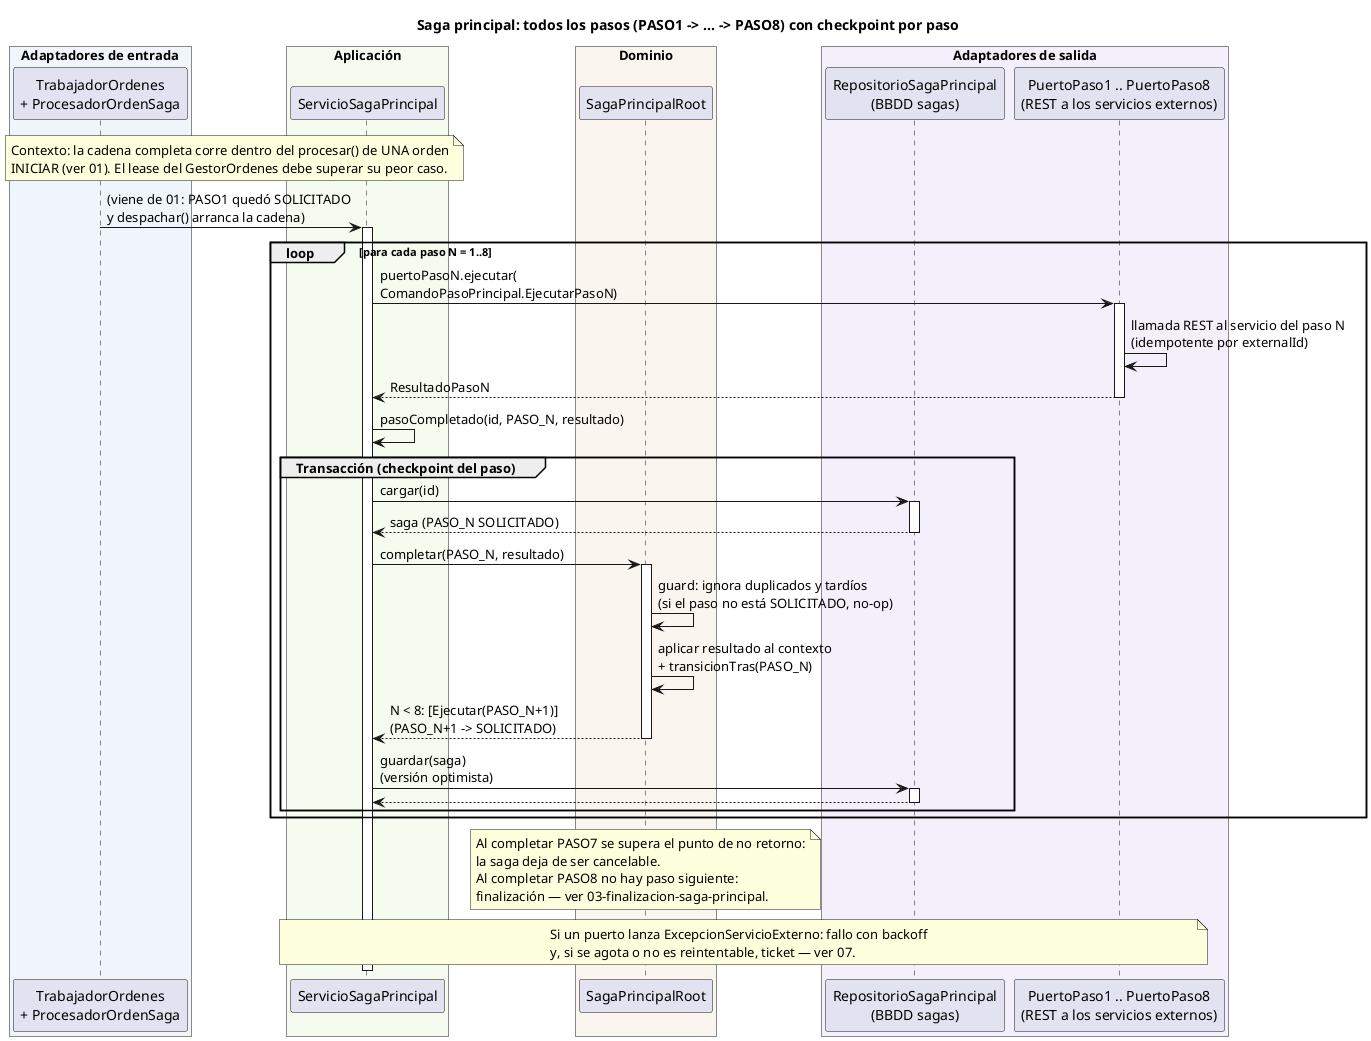
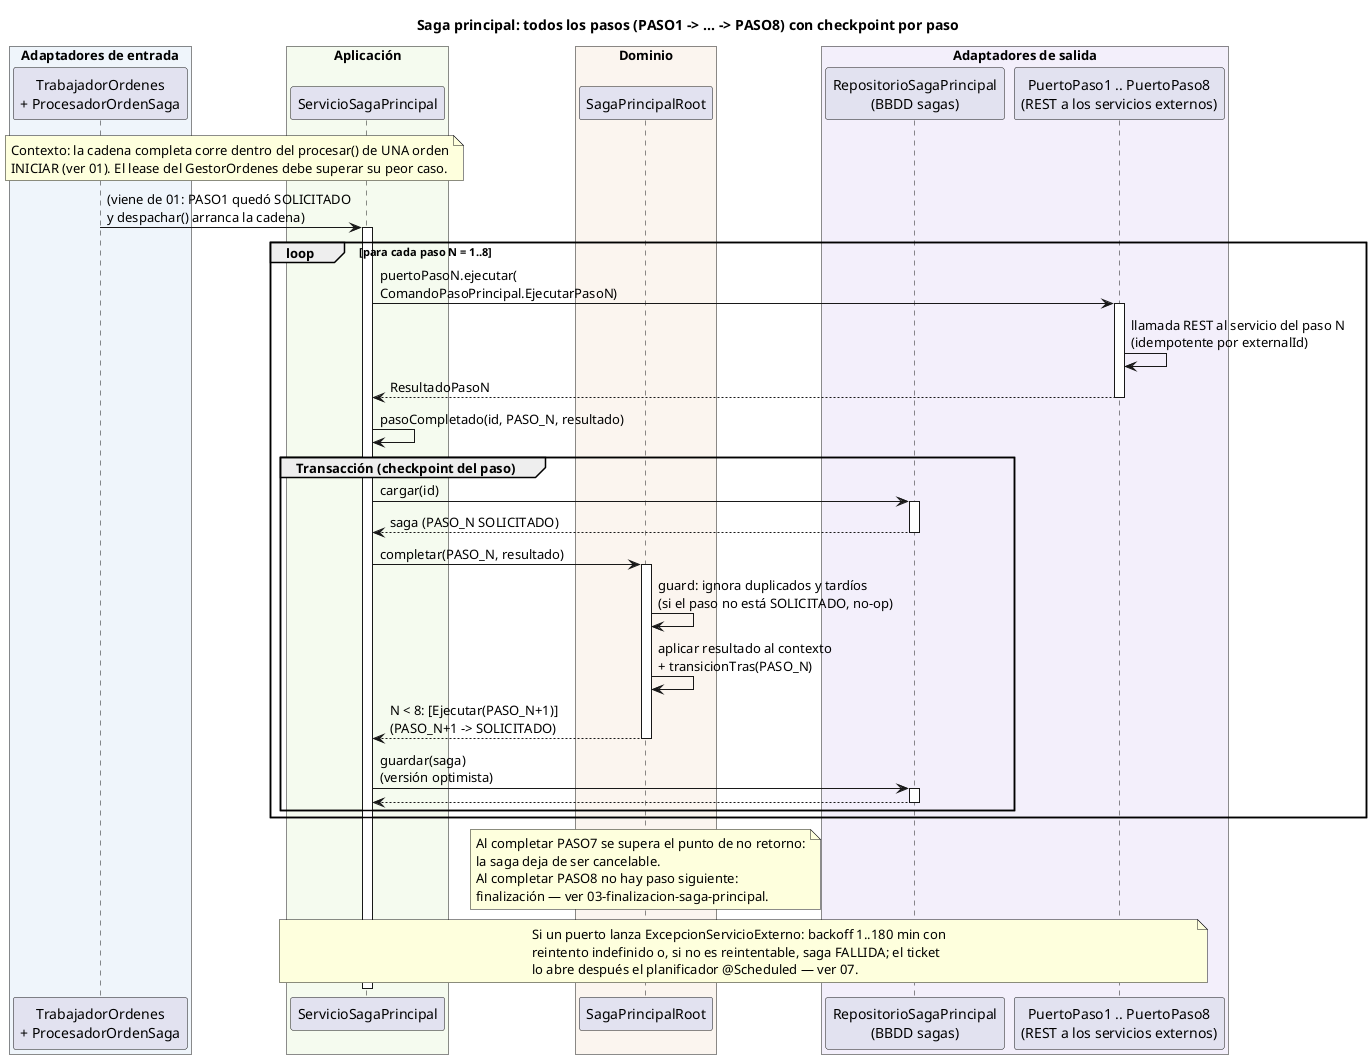
@startuml 02-pasos-saga-principal
title Saga principal: todos los pasos (PASO1 -> ... -> PASO8) con checkpoint por paso

box "Adaptadores de entrada" #EFF5FB
  participant "TrabajadorOrdenes\n+ ProcesadorOrdenSaga" as TRAB
end box
box "Aplicación" #F5FBEF
  participant "ServicioSagaPrincipal" as SVC
end box
box "Dominio" #FBF5EF
  participant "SagaPrincipalRoot" as SAGA
end box
box "Adaptadores de salida" #F3EFFB
  participant "RepositorioSagaPrincipal\n(BBDD sagas)" as REPO
  participant "PuertoPaso1 .. PuertoPaso8\n(REST a los servicios externos)" as PASOS
end box

note over TRAB, SVC
  Contexto: la cadena completa corre dentro del procesar() de UNA orden
  INICIAR (ver 01). El lease del GestorOrdenes debe superar su peor caso.
end note

TRAB -> SVC ++ : (viene de 01: PASO1 quedó SOLICITADO\ny despachar() arranca la cadena)

loop para cada paso N = 1..8
  SVC -> PASOS ++ : puertoPasoN.ejecutar(\nComandoPasoPrincipal.EjecutarPasoN)
  PASOS -> PASOS : llamada REST al servicio del paso N\n(idempotente por externalId)
  return ResultadoPasoN

  SVC -> SVC : pasoCompletado(id, PASO_N, resultado)
  group Transacción (checkpoint del paso)
    SVC -> REPO ++ : cargar(id)
    return saga (PASO_N SOLICITADO)
    SVC -> SAGA ++ : completar(PASO_N, resultado)
    SAGA -> SAGA : guard: ignora duplicados y tardíos\n(si el paso no está SOLICITADO, no-op)
    SAGA -> SAGA : aplicar resultado al contexto\n+ transicionTras(PASO_N)
    return N < 8: [Ejecutar(PASO_N+1)]\n(PASO_N+1 -> SOLICITADO)
    SVC -> REPO ++ : guardar(saga)\n(versión optimista)
    return
  end
end

note over SAGA
  Al completar PASO7 se supera el punto de no retorno:
  la saga deja de ser cancelable.
  Al completar PASO8 no hay paso siguiente:
  finalización — ver 03-finalizacion-saga-principal.
end note

note over SVC, PASOS
-   Si un puerto lanza ExcepcionServicioExterno: fallo con backoff
-   y, si se agota o no es reintentable, ticket — ver 07.
+   Si un puerto lanza ExcepcionServicioExterno: backoff 1..180 min con
+   reintento indefinido o, si no es reintentable, saga FALLIDA; el ticket
+   lo abre después el planificador @Scheduled — ver 07.
end note
deactivate SVC
@enduml
